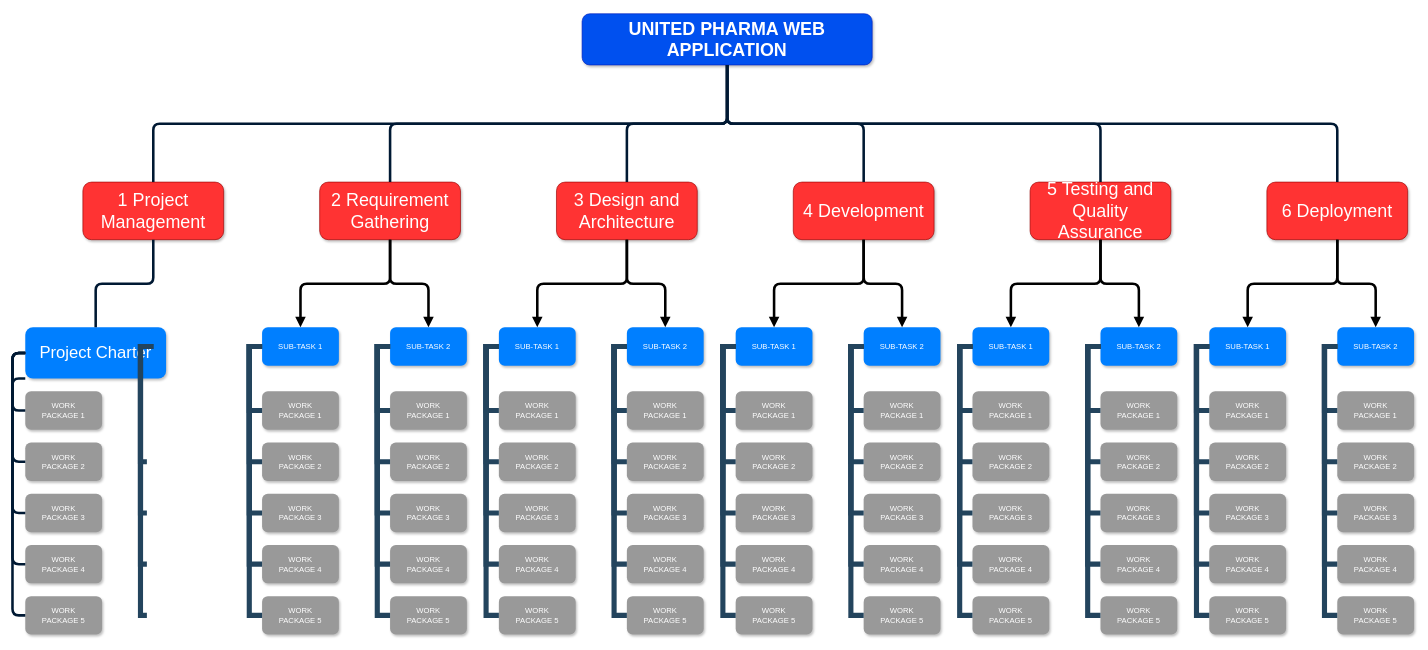
mashihimasha/UPW_Diagrams keeps this draw.io diagram as wbs.drawio. Above is the earlier version. Source tidied: cells renumbered, new cells numbered last; positions are measured from the earlier drawing's top-left corner, leaving out a move shared by most shapes. Both pictures are drawn from the tidied source at 64%, with x=0, y=0 at pixel (12, 13).
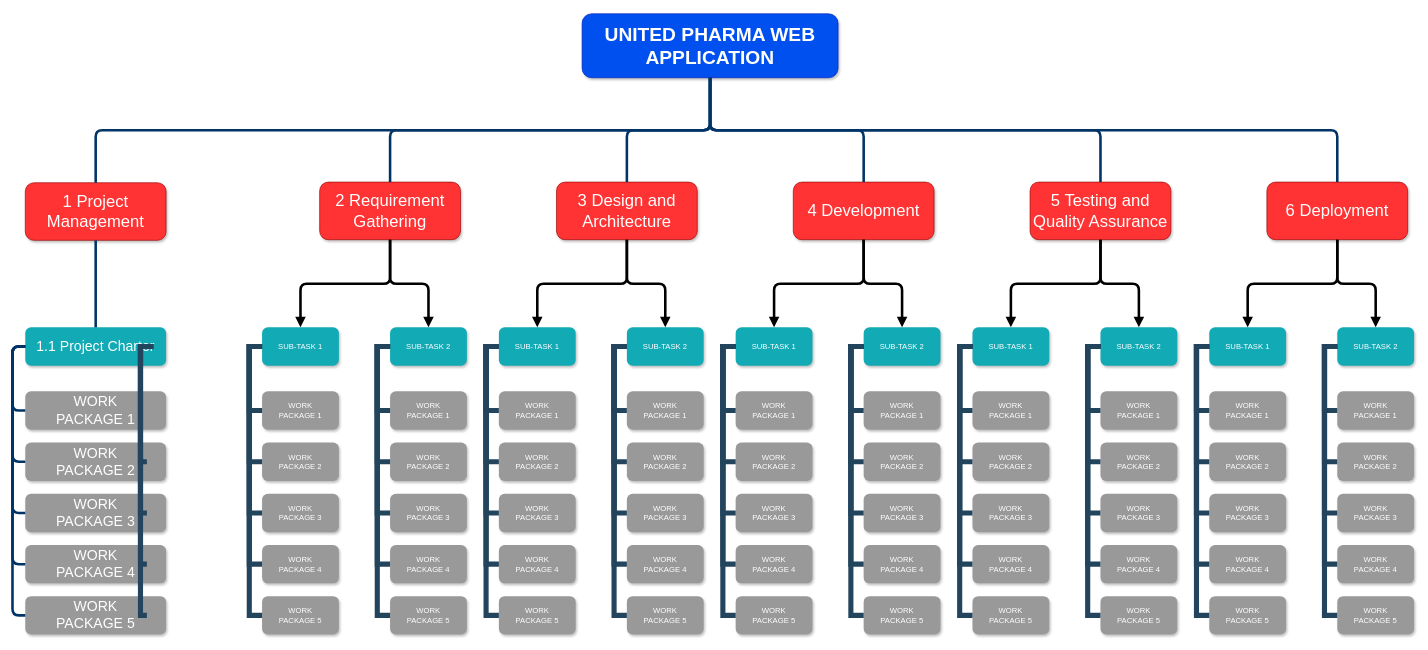
The same page after the edit.

Change to the diagram source:
```diff
@@
-    <mxCell id="2" value="UNITED PHARMA WEB APPLICATION" style="whiteSpace=wrap;rounded=1;shadow=1;fillColor=#0050ef;strokeColor=#001DBC;fontColor=#ffffff;fontStyle=1;fontSize=28;" parent="1" vertex="1">
-      <mxGeometry x="890" width="453.3" height="80" as="geometry" />
+    <mxCell id="2" value="UNITED PHARMA WEB APPLICATION" style="whiteSpace=wrap;rounded=1;shadow=1;fillColor=#0050ef;strokeColor=#001DBC;fontColor=#ffffff;fontStyle=1;fontSize=30;" parent="1" vertex="1">
+      <mxGeometry x="890" width="400" height="100" as="geometry" />
     </mxCell>
-    <mxCell id="3" value="1 Project Management" style="whiteSpace=wrap;rounded=1;shadow=1;fontStyle=0;fontSize=28;fillColor=#FF3333;strokeColor=#990000;fontColor=#FFFFFF;fontFamily=Helvetica;" parent="1" vertex="1">
-      <mxGeometry x="110" y="263" width="220" height="90" as="geometry" />
+    <mxCell id="3" value="1 Project Management" style="whiteSpace=wrap;rounded=1;shadow=1;fontStyle=0;fontSize=26;fillColor=#FF3333;strokeColor=#990000;fontColor=#FFFFFF;fontFamily=Helvetica;" parent="1" vertex="1">
+      <mxGeometry x="20" y="264" width="220" height="90" as="geometry" />
     </mxCell>
-    <mxCell id="4" value="2 Requirement Gathering" style="whiteSpace=wrap;rounded=1;shadow=1;fontStyle=0;fontSize=28;fillColor=#FF3333;strokeColor=#990000;fontColor=#FFFFFF;fontFamily=Helvetica;" parent="1" vertex="1">
+    <mxCell id="4" value="2 Requirement Gathering" style="whiteSpace=wrap;rounded=1;shadow=1;fontStyle=0;fontSize=26;fillColor=#FF3333;strokeColor=#990000;fontColor=#FFFFFF;fontFamily=Helvetica;" parent="1" vertex="1">
       <mxGeometry x="480" y="263" width="220" height="90" as="geometry" />
     </mxCell>
-    <mxCell id="5" value="6 Deployment" style="whiteSpace=wrap;rounded=1;shadow=1;fontStyle=0;fontSize=28;fillColor=#FF3333;strokeColor=#990000;fontColor=#FFFFFF;fontFamily=Helvetica;" parent="1" vertex="1">
+    <mxCell id="5" value="6 Deployment" style="whiteSpace=wrap;rounded=1;shadow=1;fontStyle=0;fontSize=26;fillColor=#FF3333;strokeColor=#990000;fontColor=#FFFFFF;fontFamily=Helvetica;" parent="1" vertex="1">
       <mxGeometry x="1960" y="263" width="220" height="90" as="geometry" />
     </mxCell>
-    <mxCell id="6" value="3 Design and Architecture" style="whiteSpace=wrap;rounded=1;shadow=1;fontStyle=0;fontSize=28;fillColor=#FF3333;strokeColor=#990000;fontColor=#FFFFFF;fontFamily=Helvetica;" parent="1" vertex="1">
+    <mxCell id="6" value="3 Design and Architecture" style="whiteSpace=wrap;rounded=1;shadow=1;fontStyle=0;fontSize=26;fillColor=#FF3333;strokeColor=#990000;fontColor=#FFFFFF;fontFamily=Helvetica;" parent="1" vertex="1">
       <mxGeometry x="850" y="263" width="220" height="90" as="geometry" />
     </mxCell>
-    <mxCell id="7" value="4 Development" style="whiteSpace=wrap;rounded=1;shadow=1;fontStyle=0;fontSize=28;fillColor=#FF3333;strokeColor=#990000;fontColor=#FFFFFF;fontFamily=Helvetica;" parent="1" vertex="1">
+    <mxCell id="7" value="4 Development" style="whiteSpace=wrap;rounded=1;shadow=1;fontStyle=0;fontSize=26;fillColor=#FF3333;strokeColor=#990000;fontColor=#FFFFFF;fontFamily=Helvetica;" parent="1" vertex="1">
       <mxGeometry x="1220" y="263" width="220" height="90" as="geometry" />
     </mxCell>
-    <mxCell id="8" value="5 Testing and Quality Assurance" style="whiteSpace=wrap;rounded=1;shadow=1;fontStyle=0;fontSize=28;fillColor=#FF3333;strokeColor=#990000;fontColor=#FFFFFF;fontFamily=Helvetica;" parent="1" vertex="1">
+    <mxCell id="8" value="5 Testing and Quality Assurance" style="whiteSpace=wrap;rounded=1;shadow=1;fontStyle=0;fontSize=26;fillColor=#FF3333;strokeColor=#990000;fontColor=#FFFFFF;fontFamily=Helvetica;" parent="1" vertex="1">
       <mxGeometry x="1590" y="263" width="220" height="90" as="geometry" />
     </mxCell>
-    <mxCell id="9" value="Project Charter" style="whiteSpace=wrap;rounded=1;fillColor=#007FFF;strokeColor=none;shadow=1;fontColor=#FFFFFF;fontSize=26;" parent="1" vertex="1">
-      <mxGeometry x="20" y="490" width="220" height="80" as="geometry" />
+    <mxCell id="9" value="1.1 Project Charter" style="whiteSpace=wrap;rounded=1;fillColor=#12AAB5;strokeColor=none;shadow=1;fontColor=#FFFFFF;fontSize=22;" parent="1" vertex="1">
+      <mxGeometry x="20" y="490" width="220" height="60" as="geometry" />
     </mxCell>
-    <mxCell id="10" value="WORK&#10;PACKAGE 1" style="whiteSpace=wrap;rounded=1;fillColor=#999999;strokeColor=none;shadow=1;fontColor=#FFFFFF;fontStyle=0;" parent="1" vertex="1">
-      <mxGeometry x="20" y="590" width="120" height="60" as="geometry" />
+    <mxCell id="10" value="WORK&#10;PACKAGE 1" style="whiteSpace=wrap;rounded=1;fillColor=#999999;strokeColor=none;shadow=1;fontColor=#FFFFFF;fontStyle=0;fontSize=22;" parent="1" vertex="1">
+      <mxGeometry x="20" y="590" width="220" height="60" as="geometry" />
     </mxCell>
-    <mxCell id="11" value="WORK&#10;PACKAGE 2" style="whiteSpace=wrap;rounded=1;fillColor=#999999;strokeColor=none;shadow=1;fontColor=#FFFFFF;fontStyle=0;" parent="1" vertex="1">
-      <mxGeometry x="20" y="670" width="120" height="60" as="geometry" />
+    <mxCell id="11" value="WORK&#10;PACKAGE 2" style="whiteSpace=wrap;rounded=1;fillColor=#999999;strokeColor=none;shadow=1;fontColor=#FFFFFF;fontStyle=0;fontSize=22;" parent="1" vertex="1">
+      <mxGeometry x="20" y="670" width="220" height="60" as="geometry" />
     </mxCell>
-    <mxCell id="12" value="WORK&#10;PACKAGE 3" style="whiteSpace=wrap;rounded=1;fillColor=#999999;strokeColor=none;shadow=1;fontColor=#FFFFFF;fontStyle=0;" parent="1" vertex="1">
-      <mxGeometry x="20" y="750" width="120" height="60" as="geometry" />
+    <mxCell id="12" value="WORK&#10;PACKAGE 3" style="whiteSpace=wrap;rounded=1;fillColor=#999999;strokeColor=none;shadow=1;fontColor=#FFFFFF;fontStyle=0;fontSize=22;" parent="1" vertex="1">
+      <mxGeometry x="20" y="750" width="220" height="60" as="geometry" />
     </mxCell>
-    <mxCell id="13" value="WORK&#10;PACKAGE 4" style="whiteSpace=wrap;rounded=1;fillColor=#999999;strokeColor=none;shadow=1;fontColor=#FFFFFF;fontStyle=0;" parent="1" vertex="1">
-      <mxGeometry x="20" y="830" width="120" height="60" as="geometry" />
+    <mxCell id="13" value="WORK&#10;PACKAGE 4" style="whiteSpace=wrap;rounded=1;fillColor=#999999;strokeColor=none;shadow=1;fontColor=#FFFFFF;fontStyle=0;fontSize=22;" parent="1" vertex="1">
+      <mxGeometry x="20" y="830" width="220" height="60" as="geometry" />
     </mxCell>
-    <mxCell id="14" value="WORK&#10;PACKAGE 5" style="whiteSpace=wrap;rounded=1;fillColor=#999999;strokeColor=none;shadow=1;fontColor=#FFFFFF;fontStyle=0;" parent="1" vertex="1">
-      <mxGeometry x="20" y="910" width="120" height="60" as="geometry" />
+    <mxCell id="14" value="WORK&#10;PACKAGE 5" style="whiteSpace=wrap;rounded=1;fillColor=#999999;strokeColor=none;shadow=1;fontColor=#FFFFFF;fontStyle=0;fontSize=22;" parent="1" vertex="1">
+      <mxGeometry x="20" y="910" width="220" height="60" as="geometry" />
     </mxCell>
-    <mxCell id="15" value="SUB-TASK 1" style="whiteSpace=wrap;rounded=1;fillColor=#007FFF;strokeColor=none;shadow=1;fontColor=#FFFFFF;" parent="1" vertex="1">
+    <mxCell id="15" value="SUB-TASK 1" style="whiteSpace=wrap;rounded=1;fillColor=#12AAB5;strokeColor=none;shadow=1;fontColor=#FFFFFF;" parent="1" vertex="1">
       <mxGeometry x="390" y="490" width="120" height="60" as="geometry" />
     </mxCell>
-    <mxCell id="16" value="SUB-TASK 2" style="whiteSpace=wrap;rounded=1;fillColor=#007FFF;strokeColor=none;shadow=1;fontColor=#FFFFFF;" parent="1" vertex="1">
+    <mxCell id="16" value="SUB-TASK 2" style="whiteSpace=wrap;rounded=1;fillColor=#12AAB5;strokeColor=none;shadow=1;fontColor=#FFFFFF;" parent="1" vertex="1">
       <mxGeometry x="590" y="490" width="120" height="60" as="geometry" />
     </mxCell>
@@
-    <mxCell id="27" style="edgeStyle=elbowEdgeStyle;elbow=vertical;fontColor=#000000;endArrow=none;endFill=0;strokeWidth=4;strokeColor=#001933;rounded=1;" parent="1" edge="1" source="3" target="9">
+    <mxCell id="27" style="edgeStyle=elbowEdgeStyle;elbow=vertical;fontColor=#000000;endArrow=none;endFill=0;strokeWidth=4;strokeColor=#003366;rounded=1;" parent="1" edge="1" source="3" target="9">
       <mxGeometry relative="1" as="geometry" />
     </mxCell>
-    <mxCell id="28" style="edgeStyle=elbowEdgeStyle;elbow=horizontal;rounded=1;fontColor=#000000;endArrow=none;endFill=0;strokeWidth=4;strokeColor=#001933;" parent="1" edge="1" source="9" target="10">
+    <mxCell id="28" style="edgeStyle=elbowEdgeStyle;elbow=horizontal;rounded=1;fontColor=#000000;endArrow=none;endFill=0;strokeWidth=4;strokeColor=#003366;" parent="1" edge="1" source="9" target="10">
       <mxGeometry relative="1" as="geometry">
         <Array as="points">
           <mxPoint y="570" />
         </Array>
       </mxGeometry>
     </mxCell>
-    <mxCell id="29" style="edgeStyle=elbowEdgeStyle;elbow=horizontal;rounded=1;fontColor=#000000;endArrow=none;endFill=0;strokeWidth=4;strokeColor=#001933;" parent="1" edge="1" source="9" target="11">
+    <mxCell id="29" style="edgeStyle=elbowEdgeStyle;elbow=horizontal;rounded=1;fontColor=#000000;endArrow=none;endFill=0;strokeWidth=4;strokeColor=#003366;" parent="1" edge="1" source="9" target="11">
       <mxGeometry relative="1" as="geometry">
         <Array as="points">
           <mxPoint y="590" />
         </Array>
       </mxGeometry>
     </mxCell>
-    <mxCell id="30" style="edgeStyle=elbowEdgeStyle;elbow=horizontal;rounded=1;fontColor=#000000;endArrow=none;endFill=0;strokeWidth=4;strokeColor=#001933;" parent="1" edge="1" source="9" target="14">
+    <mxCell id="30" style="edgeStyle=elbowEdgeStyle;elbow=horizontal;rounded=1;fontColor=#000000;endArrow=none;endFill=0;strokeWidth=4;strokeColor=#003366;" parent="1" edge="1" source="9" target="14">
       <mxGeometry relative="1" as="geometry">
         <Array as="points">
           <mxPoint y="730" />
         </Array>
       </mxGeometry>
     </mxCell>
-    <mxCell id="31" style="edgeStyle=elbowEdgeStyle;elbow=horizontal;rounded=1;fontColor=#000000;endArrow=none;endFill=0;strokeWidth=4;strokeColor=#001933;" parent="1" edge="1" source="9" target="13">
+    <mxCell id="31" style="edgeStyle=elbowEdgeStyle;elbow=horizontal;rounded=1;fontColor=#000000;endArrow=none;endFill=0;strokeWidth=4;strokeColor=#003366;" parent="1" edge="1" source="9" target="13">
       <mxGeometry relative="1" as="geometry">
         <Array as="points">
           <mxPoint y="600" />
         </Array>
       </mxGeometry>
     </mxCell>
-    <mxCell id="32" style="edgeStyle=elbowEdgeStyle;elbow=horizontal;rounded=1;fontColor=#000000;endArrow=none;endFill=0;strokeWidth=4;strokeColor=#001933;" parent="1" edge="1" source="9" target="12">
+    <mxCell id="32" style="edgeStyle=elbowEdgeStyle;elbow=horizontal;rounded=1;fontColor=#000000;endArrow=none;endFill=0;strokeWidth=4;strokeColor=#003366;" parent="1" edge="1" source="9" target="12">
       <mxGeometry relative="1" as="geometry">
         <Array as="points">
           <mxPoint y="620" />
         </Array>
       </mxGeometry>
     </mxCell>
@@
-    <mxCell id="49" value="SUB-TASK 1" style="whiteSpace=wrap;rounded=1;fillColor=#007FFF;strokeColor=none;shadow=1;fontColor=#FFFFFF;" parent="1" vertex="1">
+    <mxCell id="49" value="SUB-TASK 1" style="whiteSpace=wrap;rounded=1;fillColor=#12AAB5;strokeColor=none;shadow=1;fontColor=#FFFFFF;" parent="1" vertex="1">
       <mxGeometry x="760" y="490" width="120" height="60" as="geometry" />
     </mxCell>
-    <mxCell id="50" value="SUB-TASK 2" style="whiteSpace=wrap;rounded=1;fillColor=#007FFF;strokeColor=none;shadow=1;fontColor=#FFFFFF;" parent="1" vertex="1">
+    <mxCell id="50" value="SUB-TASK 2" style="whiteSpace=wrap;rounded=1;fillColor=#12AAB5;strokeColor=none;shadow=1;fontColor=#FFFFFF;" parent="1" vertex="1">
       <mxGeometry x="960" y="490" width="120" height="60" as="geometry" />
     </mxCell>
@@
-    <mxCell id="71" value="SUB-TASK 1" style="whiteSpace=wrap;rounded=1;fillColor=#007FFF;strokeColor=none;shadow=1;fontColor=#FFFFFF;" parent="1" vertex="1">
+    <mxCell id="71" value="SUB-TASK 1" style="whiteSpace=wrap;rounded=1;fillColor=#12AAB5;strokeColor=none;shadow=1;fontColor=#FFFFFF;" parent="1" vertex="1">
       <mxGeometry x="1130" y="490" width="120" height="60" as="geometry" />
     </mxCell>
-    <mxCell id="72" value="SUB-TASK 2" style="whiteSpace=wrap;rounded=1;fillColor=#007FFF;strokeColor=none;shadow=1;fontColor=#FFFFFF;" parent="1" vertex="1">
+    <mxCell id="72" value="SUB-TASK 2" style="whiteSpace=wrap;rounded=1;fillColor=#12AAB5;strokeColor=none;shadow=1;fontColor=#FFFFFF;" parent="1" vertex="1">
       <mxGeometry x="1330" y="490" width="120" height="60" as="geometry" />
     </mxCell>
@@
-    <mxCell id="93" value="SUB-TASK 1" style="whiteSpace=wrap;rounded=1;fillColor=#007FFF;strokeColor=none;shadow=1;fontColor=#FFFFFF;" parent="1" vertex="1">
+    <mxCell id="93" value="SUB-TASK 1" style="whiteSpace=wrap;rounded=1;fillColor=#12AAB5;strokeColor=none;shadow=1;fontColor=#FFFFFF;" parent="1" vertex="1">
       <mxGeometry x="1500" y="490" width="120" height="60" as="geometry" />
     </mxCell>
-    <mxCell id="94" value="SUB-TASK 2" style="whiteSpace=wrap;rounded=1;fillColor=#007FFF;strokeColor=none;shadow=1;fontColor=#FFFFFF;" parent="1" vertex="1">
+    <mxCell id="94" value="SUB-TASK 2" style="whiteSpace=wrap;rounded=1;fillColor=#12AAB5;strokeColor=none;shadow=1;fontColor=#FFFFFF;" parent="1" vertex="1">
       <mxGeometry x="1700" y="490" width="120" height="60" as="geometry" />
     </mxCell>
@@
-    <mxCell id="115" value="SUB-TASK 1" style="whiteSpace=wrap;rounded=1;fillColor=#007FFF;strokeColor=none;shadow=1;fontColor=#FFFFFF;" parent="1" vertex="1">
+    <mxCell id="115" value="SUB-TASK 1" style="whiteSpace=wrap;rounded=1;fillColor=#12AAB5;strokeColor=none;shadow=1;fontColor=#FFFFFF;" parent="1" vertex="1">
       <mxGeometry x="1870" y="490" width="120" height="60" as="geometry" />
     </mxCell>
-    <mxCell id="116" value="SUB-TASK 2" style="whiteSpace=wrap;rounded=1;fillColor=#007FFF;strokeColor=none;shadow=1;fontColor=#FFFFFF;" parent="1" vertex="1">
+    <mxCell id="116" value="SUB-TASK 2" style="whiteSpace=wrap;rounded=1;fillColor=#12AAB5;strokeColor=none;shadow=1;fontColor=#FFFFFF;" parent="1" vertex="1">
       <mxGeometry x="2070" y="490" width="120" height="60" as="geometry" />
     </mxCell>
@@
-    <mxCell id="145" style="edgeStyle=elbowEdgeStyle;elbow=vertical;rounded=1;fontColor=#000000;endArrow=none;endFill=0;strokeWidth=4;strokeColor=#001933;fillColor=#a20025;" parent="1" edge="1" source="2" target="3">
+    <mxCell id="145" style="edgeStyle=elbowEdgeStyle;elbow=vertical;rounded=1;fontColor=#000000;endArrow=none;endFill=0;strokeWidth=4;strokeColor=#003366;fillColor=#a20025;" parent="1" edge="1" source="2" target="3">
       <mxGeometry relative="1" as="geometry" />
     </mxCell>
-    <mxCell id="146" style="edgeStyle=elbowEdgeStyle;elbow=vertical;rounded=1;fontColor=#000000;endArrow=none;endFill=0;strokeWidth=4;strokeColor=#001933;fillColor=#a20025;" parent="1" edge="1" source="2" target="4">
+    <mxCell id="146" style="edgeStyle=elbowEdgeStyle;elbow=vertical;rounded=1;fontColor=#000000;endArrow=none;endFill=0;strokeWidth=4;strokeColor=#003366;fillColor=#a20025;" parent="1" edge="1" source="2" target="4">
       <mxGeometry relative="1" as="geometry" />
     </mxCell>
-    <mxCell id="147" style="edgeStyle=elbowEdgeStyle;elbow=vertical;rounded=1;fontColor=#000000;endArrow=none;endFill=0;strokeWidth=4;strokeColor=#001933;fillColor=#a20025;" parent="1" edge="1" source="2" target="6">
+    <mxCell id="147" style="edgeStyle=elbowEdgeStyle;elbow=vertical;rounded=1;fontColor=#000000;endArrow=none;endFill=0;strokeWidth=4;strokeColor=#003366;fillColor=#a20025;" parent="1" edge="1" source="2" target="6">
       <mxGeometry relative="1" as="geometry" />
     </mxCell>
-    <mxCell id="148" style="edgeStyle=elbowEdgeStyle;elbow=vertical;rounded=1;fontColor=#000000;endArrow=none;endFill=0;strokeWidth=4;strokeColor=#001933;fillColor=#a20025;" parent="1" edge="1" source="2" target="7">
+    <mxCell id="148" style="edgeStyle=elbowEdgeStyle;elbow=vertical;rounded=1;fontColor=#000000;endArrow=none;endFill=0;strokeWidth=4;strokeColor=#003366;fillColor=#a20025;" parent="1" edge="1" source="2" target="7">
       <mxGeometry relative="1" as="geometry" />
     </mxCell>
-    <mxCell id="149" style="edgeStyle=elbowEdgeStyle;elbow=vertical;rounded=1;fontColor=#000000;endArrow=none;endFill=0;strokeWidth=4;strokeColor=#001933;fillColor=#a20025;" parent="1" edge="1" source="2" target="8">
+    <mxCell id="149" style="edgeStyle=elbowEdgeStyle;elbow=vertical;rounded=1;fontColor=#000000;endArrow=none;endFill=0;strokeWidth=4;strokeColor=#003366;fillColor=#a20025;" parent="1" edge="1" source="2" target="8">
       <mxGeometry relative="1" as="geometry" />
     </mxCell>
-    <mxCell id="150" style="edgeStyle=elbowEdgeStyle;elbow=vertical;rounded=1;fontColor=#000000;endArrow=none;endFill=0;strokeWidth=4;strokeColor=#001933;fillColor=#a20025;" parent="1" edge="1" source="2" target="5">
+    <mxCell id="150" style="edgeStyle=elbowEdgeStyle;elbow=vertical;rounded=1;fontColor=#000000;endArrow=none;endFill=0;strokeWidth=4;strokeColor=#003366;fillColor=#a20025;" parent="1" edge="1" source="2" target="5">
       <mxGeometry relative="1" as="geometry" />
     </mxCell>
```
